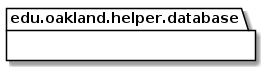
This is docs/uml-class-diagrams/database/helper/DatabaseHelperPackage_InternalDependencies.png from elilley15/csi-3370-software-project, a PlantUML export, as it was before one commit. Source of this version:
```plantuml
@startuml DatabaseHelperPackage_InternalDependencies

package edu.oakland.helper.database {

}

@enduml
```
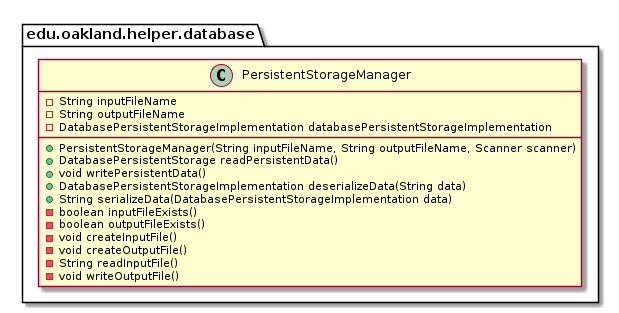
The same file after the commit.

Change to the diagram source:
```diff
@@ -4,4 +4,25 @@
 
 }
 
+
+package edu.oakland.helper.database {
+    class PersistentStorageManager {
+        - String inputFileName
+        - String outputFileName
+        - DatabasePersistentStorageImplementation databasePersistentStorageImplementation
+        + PersistentStorageManager(String inputFileName, String outputFileName, Scanner scanner)
+        + DatabasePersistentStorage readPersistentData()
+        + void writePersistentData()
+        + DatabasePersistentStorageImplementation deserializeData(String data)
+        + String serializeData(DatabasePersistentStorageImplementation data)
+        - boolean inputFileExists()
+        - boolean outputFileExists()
+        - void createInputFile()
+        - void createOutputFile()
+        - String readInputFile()
+        - void writeOutputFile()
+    }
+}
+
+
 @enduml
```
